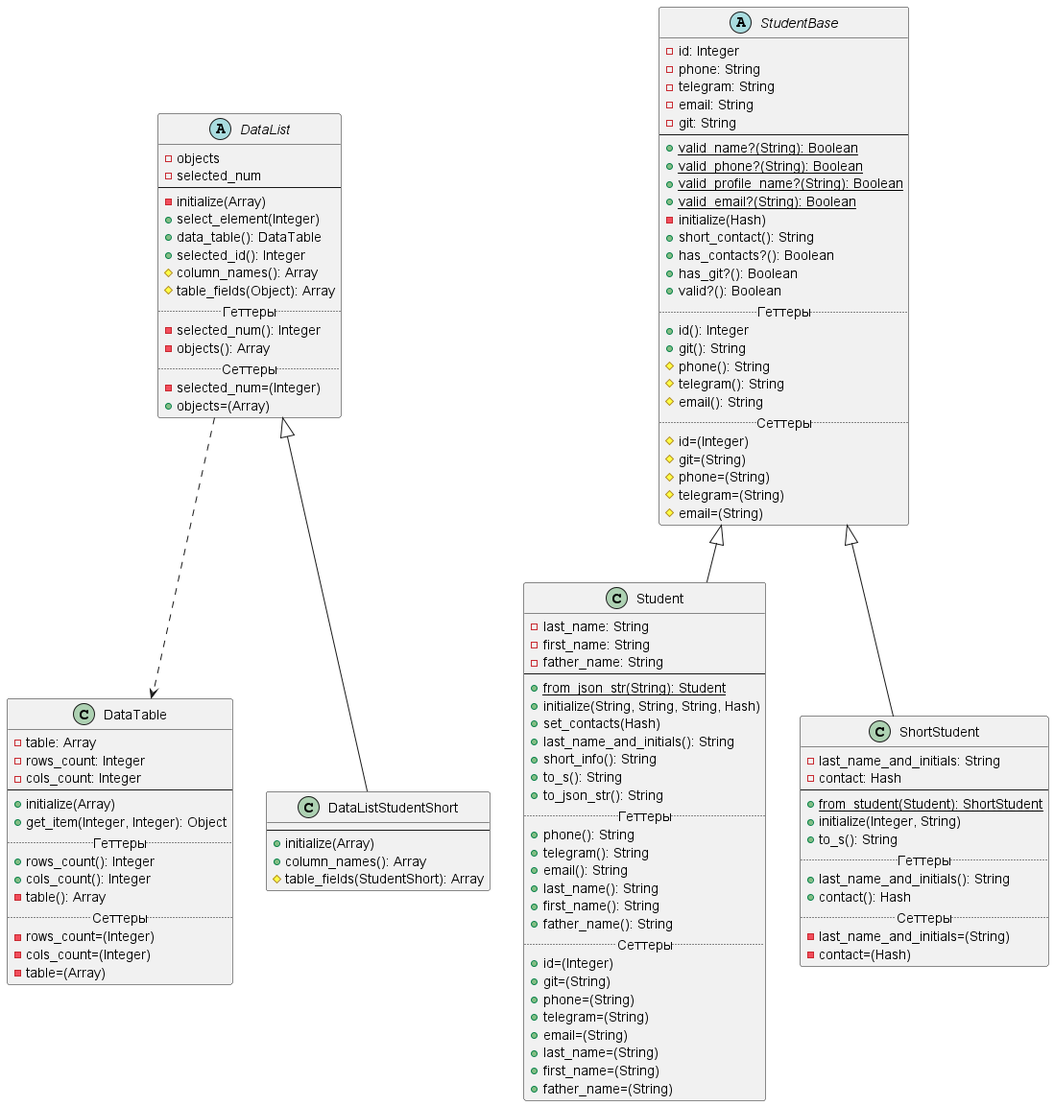
Before: Diagrams/lab2.png, a diagram exported from PlantUML (r1411/PatternsLabs).
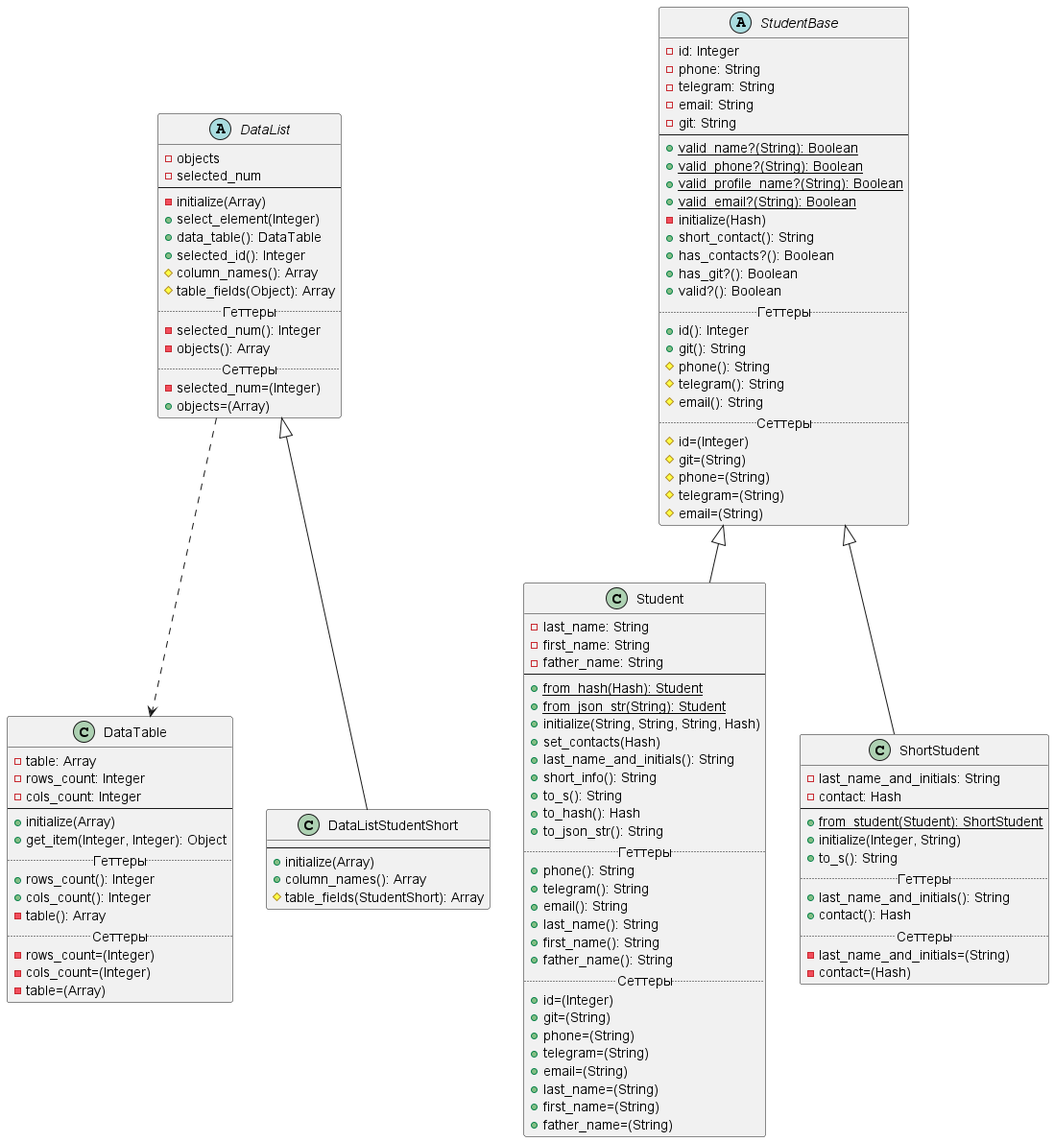
Later version of the same file.

The edit, as a diff of the source:
```diff
@@ -37,12 +37,14 @@
     -first_name: String
     -father_name: String
     --
+    +{static}from_hash(Hash): Student
     +{static}from_json_str(String): Student
     +initialize(String, String, String, Hash)
     +set_contacts(Hash)
     +last_name_and_initials(): String
     +short_info(): String
     +to_s(): String
+    +to_hash(): Hash
     +to_json_str(): String
     .. Геттеры ..
     +phone(): String
```
